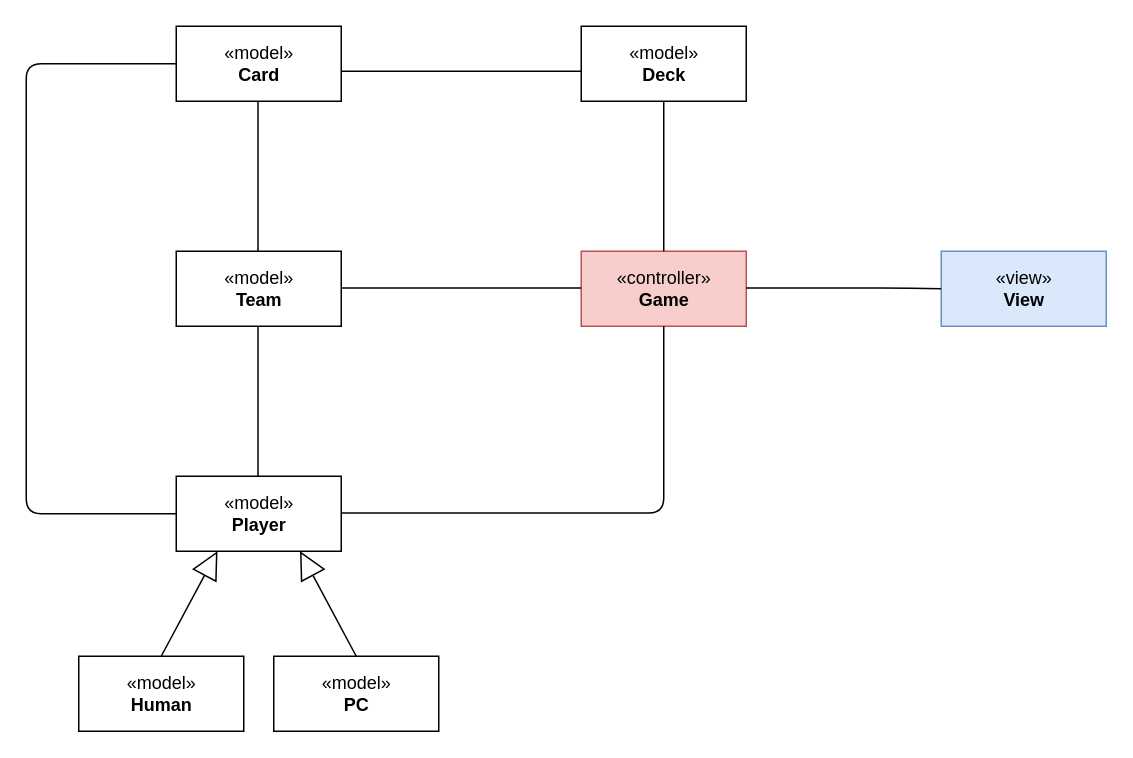
Before: page "Dijagram arhitekture Trešete" (10 of 11) of Dijagram.drawio in TheRealJoci/Tressette-Terminal-Card-Game, a draw.io diagram. Source tidied: cells renumbered, new cells numbered last; positions are measured from the earlier drawing's top-left corner, leaving out a move shared by most shapes. Both pictures are drawn from the tidied source at 150%, with x=0, y=0 at pixel (26, 26).
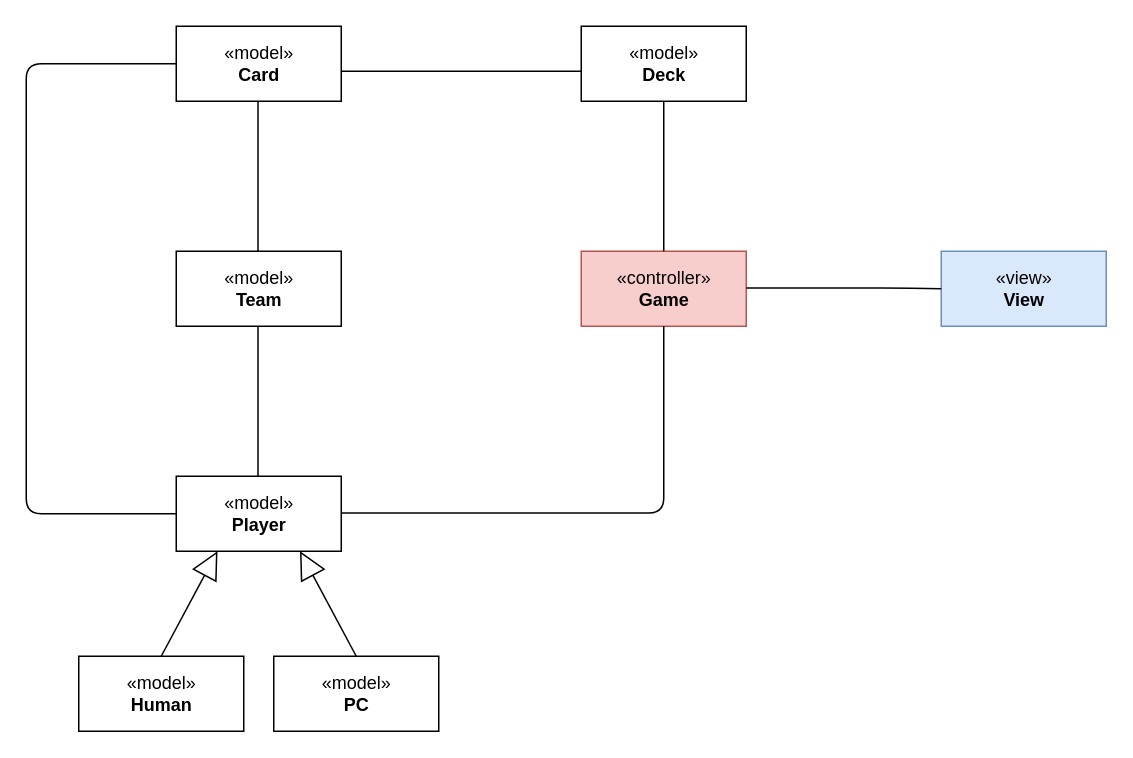
The same diagram, later.

What changed in the source:
```diff
@@
-    <mxCell id="10" style="endArrow=none;html=1;edgeStyle=orthogonalEdgeStyle;" parent="1" edge="1">
-      <mxGeometry relative="1" as="geometry">
-        <mxPoint x="210" y="174.5" as="sourcePoint" />
-        <mxPoint x="370" y="174.5" as="targetPoint" />
-        <Array as="points">
-          <mxPoint x="250" y="175" />
-          <mxPoint x="250" y="175" />
-        </Array>
-      </mxGeometry>
-    </mxCell>
```
